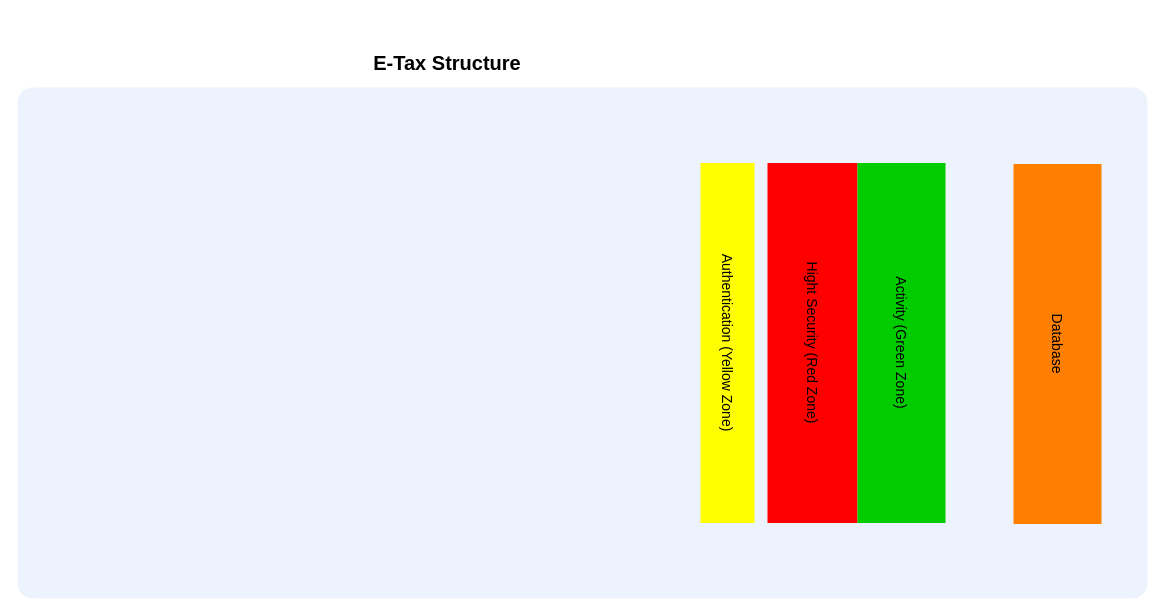
This is eTax System Flow.drawio from nirawat/eTax, a draw.io file, before an edit. Source tidied: cells renumbered, new cells numbered last; positions are measured from the earlier drawing's top-left corner, leaving out a move shared by most shapes. Both pictures are drawn from the tidied source at 100%, with x=0, y=0 at pixel (17, 27).
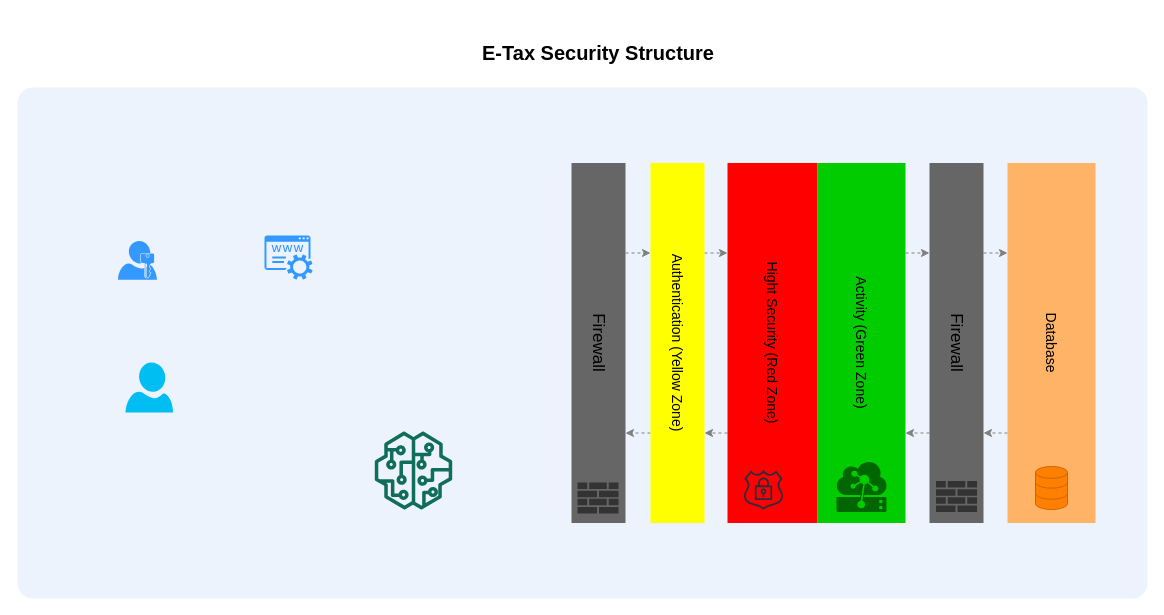
After the change.

The edit, as a diff of the source:
```diff
@@
-    <mxCell id="2" value="E-Tax Structure" style="text;html=1;strokeColor=none;fillColor=none;align=center;verticalAlign=middle;whiteSpace=wrap;rounded=0;fontStyle=1;fontSize=20;" parent="1" vertex="1">
-      <mxGeometry x="300" width="260" height="70" as="geometry" />
+    <mxCell id="2" value="E-Tax Security Structure" style="text;html=1;strokeColor=none;fillColor=none;align=center;verticalAlign=middle;whiteSpace=wrap;rounded=0;fontStyle=1;fontSize=20;" parent="1" vertex="1">
+      <mxGeometry x="450.5" y="-10" width="260" height="70" as="geometry" />
     </mxCell>
@@
+    <mxCell id="8" style="edgeStyle=orthogonalEdgeStyle;rounded=0;jettySize=auto;html=1;exitX=0.75;exitY=1;exitDx=0;exitDy=0;entryX=0.75;entryY=0;entryDx=0;entryDy=0;dashed=1;strokeColor=#808080;fontSize=17;" parent="1" edge="1" source="4" target="7">
+      <mxGeometry relative="1" as="geometry" />
+    </mxCell>
-    <mxCell id="4" value="Hight Security (Red Zone)" style="whiteSpace=wrap;html=1;dashed=1;strokeColor=none;strokeWidth=2;fillColor=#FF0000;fontFamily=Helvetica;fontSize=14;fontColor=#000000;fontStyle=0;rotation=90;" parent="1" vertex="1">
-      <mxGeometry x="615" y="270.5" width="360" height="90" as="geometry" />
+    <mxCell id="4" value="Hight Security (Red Zone)" style="whiteSpace=wrap;html=1;dashed=1;strokeColor=none;strokeWidth=2;fillColor=#FF0000;fontFamily=Helvetica;fontSize=14;fontColor=#000000;fontStyle=0;rotation=90;align=center;" parent="1" vertex="1">
+      <mxGeometry x="575" y="270.5" width="360" height="90" as="geometry" />
     </mxCell>
+    <mxCell id="9" style="edgeStyle=orthogonalEdgeStyle;rounded=0;jettySize=auto;html=1;exitX=0.25;exitY=0;exitDx=0;exitDy=0;entryX=0.25;entryY=1;entryDx=0;entryDy=0;dashed=1;strokeColor=#808080;fontSize=17;" parent="1" edge="1" source="5" target="18">
+      <mxGeometry relative="1" as="geometry" />
+    </mxCell>
-    <mxCell id="5" value="Activity (Green Zone)" style="whiteSpace=wrap;html=1;dashed=1;strokeColor=none;strokeWidth=2;fillColor=#00CC00;fontFamily=Helvetica;fontSize=14;fontColor=#000000;fontStyle=0;rotation=90;" parent="1" vertex="1">
-      <mxGeometry x="704" y="271.5" width="360" height="88" as="geometry" />
+    <mxCell id="5" value="Activity (Green Zone)" style="whiteSpace=wrap;html=1;dashed=1;strokeColor=none;strokeWidth=2;fillColor=#00CC00;fontFamily=Helvetica;fontSize=14;fontColor=#000000;fontStyle=0;rotation=90;align=center;" parent="1" vertex="1">
+      <mxGeometry x="664" y="271.5" width="360" height="88" as="geometry" />
     </mxCell>
+    <mxCell id="10" style="edgeStyle=orthogonalEdgeStyle;rounded=0;jettySize=auto;html=1;exitX=0.75;exitY=1;exitDx=0;exitDy=0;entryX=0.75;entryY=0;entryDx=0;entryDy=0;dashed=1;strokeColor=#808080;fontSize=17;" parent="1" edge="1" source="6" target="18">
+      <mxGeometry relative="1" as="geometry" />
+    </mxCell>
-    <mxCell id="6" value="Database" style="whiteSpace=wrap;html=1;dashed=1;strokeColor=none;strokeWidth=2;fillColor=#FF8000;fontFamily=Helvetica;fontSize=14;fontColor=#000000;fontStyle=0;rotation=90;" parent="1" vertex="1">
-      <mxGeometry x="860" y="272.5" width="360" height="88" as="geometry" />
+    <mxCell id="6" value="Database" style="whiteSpace=wrap;html=1;dashed=1;strokeColor=none;strokeWidth=2;fillColor=#FFB366;fontFamily=Helvetica;fontSize=14;fontColor=#000000;fontStyle=0;rotation=90;align=center;" parent="1" vertex="1">
+      <mxGeometry x="854" y="271.5" width="360" height="88" as="geometry" />
     </mxCell>
+    <mxCell id="11" style="edgeStyle=orthogonalEdgeStyle;rounded=0;jettySize=auto;html=1;exitX=0.25;exitY=0;exitDx=0;exitDy=0;entryX=0.25;entryY=1;entryDx=0;entryDy=0;dashed=1;strokeColor=#808080;fontSize=17;" parent="1" edge="1" source="7" target="4">
+      <mxGeometry relative="1" as="geometry" />
+    </mxCell>
+    <mxCell id="12" style="edgeStyle=orthogonalEdgeStyle;rounded=0;jettySize=auto;html=1;exitX=0.75;exitY=1;exitDx=0;exitDy=0;entryX=0.75;entryY=0;entryDx=0;entryDy=0;dashed=1;strokeColor=#808080;fontSize=17;" parent="1" edge="1" source="7" target="20">
+      <mxGeometry relative="1" as="geometry" />
+    </mxCell>
-    <mxCell id="7" value="Authentication (Yellow Zone)" style="whiteSpace=wrap;html=1;dashed=1;strokeColor=none;strokeWidth=2;fillColor=#FFFF00;fontFamily=Helvetica;fontSize=14;fontColor=#000000;fontStyle=0;rotation=90;" parent="1" vertex="1">
-      <mxGeometry x="530" y="288.5" width="360" height="54" as="geometry" />
+    <mxCell id="7" value="Authentication (Yellow Zone)" style="whiteSpace=wrap;html=1;dashed=1;strokeColor=none;strokeWidth=2;fillColor=#FFFF00;fontFamily=Helvetica;fontSize=14;fontColor=#000000;fontStyle=0;rotation=90;align=center;" parent="1" vertex="1">
+      <mxGeometry x="480" y="288.5" width="360" height="54" as="geometry" />
     </mxCell>
+    <mxCell id="13" style="edgeStyle=orthogonalEdgeStyle;rounded=0;jettySize=auto;html=1;exitX=0.25;exitY=0;exitDx=0;exitDy=0;entryX=0.25;entryY=1;entryDx=0;entryDy=0;dashed=1;strokeColor=#808080;fontSize=17;" parent="1" edge="1" source="18" target="6">
+      <mxGeometry relative="1" as="geometry" />
+    </mxCell>
+    <mxCell id="14" style="edgeStyle=orthogonalEdgeStyle;rounded=0;jettySize=auto;html=1;exitX=0.75;exitY=1;exitDx=0;exitDy=0;entryX=0.75;entryY=0;entryDx=0;entryDy=0;dashed=1;strokeColor=#808080;fontSize=17;" parent="1" edge="1" source="18" target="5">
+      <mxGeometry relative="1" as="geometry" />
+    </mxCell>
+    <mxCell id="15" style="edgeStyle=orthogonalEdgeStyle;rounded=0;jettySize=auto;html=1;exitX=0.25;exitY=0;exitDx=0;exitDy=0;entryX=0.25;entryY=1;entryDx=0;entryDy=0;dashed=1;strokeColor=#808080;fontSize=17;" parent="1" edge="1" source="20" target="7">
+      <mxGeometry relative="1" as="geometry" />
+    </mxCell>
+    <mxCell id="16" style="fontColor=#232F3E;gradientColor=none;fillColor=#116D5B;strokeColor=none;dashed=0;verticalLabelPosition=bottom;verticalAlign=top;align=center;html=1;fontSize=12;fontStyle=0;shape=mxgraph.aws4.sagemaker_model;" parent="1" vertex="1">
+      <mxGeometry x="357" y="404" width="78" height="78" as="geometry" />
+    </mxCell>
+    <mxCell id="17" style="shadow=0;dashed=0;html=1;strokeColor=none;labelPosition=center;verticalLabelPosition=bottom;verticalAlign=top;align=center;shape=mxgraph.mscae.cloud.iot_edge;fillColor=#006600;fontSize=12;fontColor=#999999;" parent="1" vertex="1">
+      <mxGeometry x="819" y="434.5" width="50" height="50" as="geometry" />
+    </mxCell>
+    <mxCell id="18" value="Firewall" style="whiteSpace=wrap;html=1;dashed=1;strokeColor=none;strokeWidth=2;fillColor=#666666;fontFamily=Helvetica;fontSize=17;fontColor=#000000;fontStyle=0;rotation=90;align=center;" parent="1" vertex="1">
+      <mxGeometry x="759" y="288.5" width="360" height="54" as="geometry" />
+    </mxCell>
+    <mxCell id="19" style="html=1;verticalLabelPosition=bottom;align=center;labelBackgroundColor=#ffffff;verticalAlign=top;strokeWidth=1;strokeColor=#CC6600;fillColor=#FF8000;shadow=0;dashed=0;shape=mxgraph.ios7.icons.data;fontSize=17;" parent="1" vertex="1">
+      <mxGeometry x="1018" y="439" width="32" height="43" as="geometry" />
+    </mxCell>
+    <mxCell id="20" value="Firewall" style="whiteSpace=wrap;html=1;dashed=1;strokeColor=none;strokeWidth=2;fillColor=#666666;fontFamily=Helvetica;fontSize=17;fontColor=#000000;fontStyle=0;rotation=90;align=center;" parent="1" vertex="1">
+      <mxGeometry x="401" y="288.5" width="360" height="54" as="geometry" />
+    </mxCell>
+    <mxCell id="21" style="fontColor=#232F3E;gradientColor=none;fillColor=#232F3E;strokeColor=none;dashed=0;verticalLabelPosition=bottom;verticalAlign=top;align=center;html=1;fontSize=12;fontStyle=0;shape=mxgraph.aws4.ssl_padlock;" parent="1" vertex="1">
+      <mxGeometry x="726" y="443" width="40" height="39" as="geometry" />
+    </mxCell>
+    <mxCell id="22" style="shadow=0;dashed=0;html=1;strokeColor=none;labelPosition=center;verticalLabelPosition=bottom;verticalAlign=top;align=center;shape=mxgraph.mscae.enterprise.user_permissions;fillColor=#3399FF;fontSize=14;" parent="1" vertex="1">
+      <mxGeometry x="100.5" y="213.5" width="39" height="38.7" as="geometry" />
+    </mxCell>
+    <mxCell id="23" style="verticalLabelPosition=bottom;html=1;verticalAlign=top;align=center;strokeColor=none;fillColor=#00BEF2;shape=mxgraph.azure.user;fontSize=17;" parent="1" vertex="1">
+      <mxGeometry x="108" y="335" width="47.5" height="50" as="geometry" />
+    </mxCell>
+    <mxCell id="24" style="shadow=0;dashed=0;html=1;strokeColor=none;fillColor=#3399FF;labelPosition=center;verticalLabelPosition=bottom;verticalAlign=top;align=center;shape=mxgraph.office.services.registrar_service;" parent="1" vertex="1">
+      <mxGeometry x="247" y="208" width="48" height="44" as="geometry" />
+    </mxCell>
+    <mxCell id="25" style="shadow=0;dashed=0;html=1;strokeColor=none;labelPosition=center;verticalLabelPosition=bottom;verticalAlign=top;align=center;shape=mxgraph.office.concepts.firewall;fillColor=#333333;fontSize=17;" parent="1" vertex="1">
+      <mxGeometry x="560" y="455" width="41" height="31" as="geometry" />
+    </mxCell>
+    <mxCell id="26" style="shadow=0;dashed=0;html=1;strokeColor=none;labelPosition=center;verticalLabelPosition=bottom;verticalAlign=top;align=center;shape=mxgraph.office.concepts.firewall;fillColor=#333333;fontSize=17;" parent="1" vertex="1">
+      <mxGeometry x="918.5" y="453.5" width="41" height="31" as="geometry" />
+    </mxCell>
```
